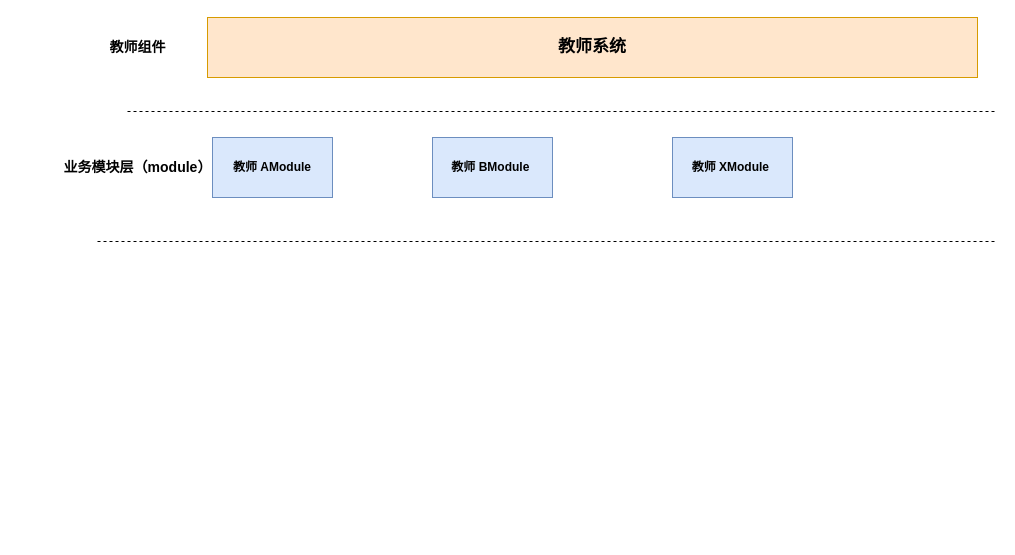
The draw.io diagram 教师系统.drawio in 123yangu/private_tool, before the edit. Source tidied: cells renumbered, new cells numbered last; positions are measured from the earlier drawing's top-left corner, leaving out a move shared by most shapes. Both pictures are drawn from the tidied source at 100%, with x=0, y=0 at pixel (57, 17).
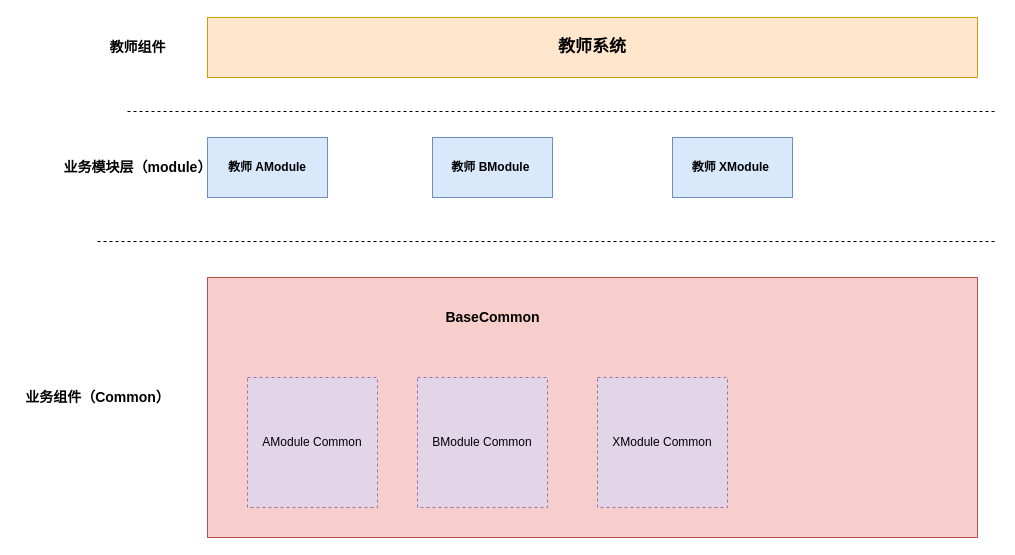
The same diagram, later.

The edit, as a diff of the source:
```diff
@@
 <mxGraphModel>
   <root>
     <mxCell id="0" />
     <mxCell id="1" parent="0" />
     <mxCell id="2" value="&lt;font style=&quot;font-size: 17px&quot;&gt;&lt;b&gt;教师系统&lt;/b&gt;&lt;/font&gt;" style="rounded=0;whiteSpace=wrap;html=1;fillColor=#ffe6cc;strokeColor=#d79b00;" parent="1" vertex="1">
       <mxGeometry x="150" width="770" height="60" as="geometry" />
     </mxCell>
     <mxCell id="3" value="&lt;b&gt;&lt;font style=&quot;font-size: 14px&quot;&gt;教师组件&lt;/font&gt;&lt;/b&gt;" style="text;html=1;align=center;verticalAlign=middle;" parent="1" vertex="1">
       <mxGeometry x="45" y="20" width="70" height="20" as="geometry" />
     </mxCell>
     <mxCell id="4" value="&lt;span style=&quot;font-size: 14px&quot;&gt;&lt;b&gt;业务模块层（module）&lt;/b&gt;&lt;/span&gt;" style="text;html=1;align=center;verticalAlign=middle;" parent="1" vertex="1">
       <mxGeometry y="140" width="160" height="20" as="geometry" />
     </mxCell>
     <mxCell id="5" value="&lt;b&gt;教师 AModule&lt;/b&gt;" style="rounded=0;whiteSpace=wrap;html=1;fillColor=#dae8fc;strokeColor=#6c8ebf;" parent="1" vertex="1">
-      <mxGeometry x="155" y="120" width="120" height="60" as="geometry" />
+      <mxGeometry x="150" y="120" width="120" height="60" as="geometry" />
     </mxCell>
     <mxCell id="6" value="&lt;b&gt;教师 BModule&lt;/b&gt;&amp;nbsp;" style="rounded=0;whiteSpace=wrap;html=1;fillColor=#dae8fc;strokeColor=#6c8ebf;fontStyle=1;" parent="1" vertex="1">
       <mxGeometry x="375" y="120" width="120" height="60" as="geometry" />
     </mxCell>
     <mxCell id="7" value="&lt;b&gt;教师 XModule&lt;/b&gt;&amp;nbsp;" style="rounded=0;whiteSpace=wrap;html=1;fillColor=#dae8fc;strokeColor=#6c8ebf;fontStyle=1;" parent="1" vertex="1">
       <mxGeometry x="615" y="120" width="120" height="60" as="geometry" />
     </mxCell>
     <mxCell id="8" style="line;strokeWidth=1;fillColor=none;align=left;verticalAlign=middle;spacingTop=-1;spacingLeft=3;spacingRight=3;labelPosition=right;dashed=1;" parent="1" vertex="1">
       <mxGeometry x="40" y="220" width="900" height="8" as="geometry" />
     </mxCell>
     <mxCell id="9" style="line;strokeWidth=1;fillColor=none;align=left;verticalAlign=middle;spacingTop=-1;spacingLeft=3;spacingRight=3;labelPosition=right;dashed=1;" parent="1" vertex="1">
       <mxGeometry x="70" y="90" width="870" height="8" as="geometry" />
     </mxCell>
+    <mxCell id="10" value="&lt;span style=&quot;font-size: 14px&quot;&gt;&lt;b&gt;业务组件（Common）&lt;/b&gt;&lt;/span&gt;" style="text;html=1;align=center;verticalAlign=middle;" parent="1" vertex="1">
+      <mxGeometry x="-40" y="370" width="160" height="20" as="geometry" />
+    </mxCell>
+    <mxCell id="11" style="rounded=0;whiteSpace=wrap;html=1;fillColor=#f8cecc;strokeColor=#b85450;" parent="1" vertex="1">
+      <mxGeometry x="150" y="260" width="770" height="260" as="geometry" />
+    </mxCell>
+    <mxCell id="12" value="AModule Common" style="whiteSpace=wrap;html=1;dashed=1;fillColor=#e1d5e7;strokeColor=#9673a6;align=center;" parent="1" vertex="1">
+      <mxGeometry x="190" y="360" width="130" height="130" as="geometry" />
+    </mxCell>
+    <mxCell id="13" value="BModule Common" style="whiteSpace=wrap;html=1;dashed=1;fillColor=#e1d5e7;strokeColor=#9673a6;align=center;" parent="1" vertex="1">
+      <mxGeometry x="360" y="360" width="130" height="130" as="geometry" />
+    </mxCell>
+    <mxCell id="14" value="XModule Common" style="whiteSpace=wrap;html=1;dashed=1;fillColor=#e1d5e7;strokeColor=#9673a6;align=center;" parent="1" vertex="1">
+      <mxGeometry x="540" y="360" width="130" height="130" as="geometry" />
+    </mxCell>
+    <mxCell id="15" value="&lt;span style=&quot;font-size: 14px&quot;&gt;&lt;b&gt;BaseCommon&lt;/b&gt;&lt;/span&gt;" style="text;html=1;align=center;verticalAlign=middle;" parent="1" vertex="1">
+      <mxGeometry x="380" y="290" width="110" height="20" as="geometry" />
+    </mxCell>
   </root>
 </mxGraphModel>
```
